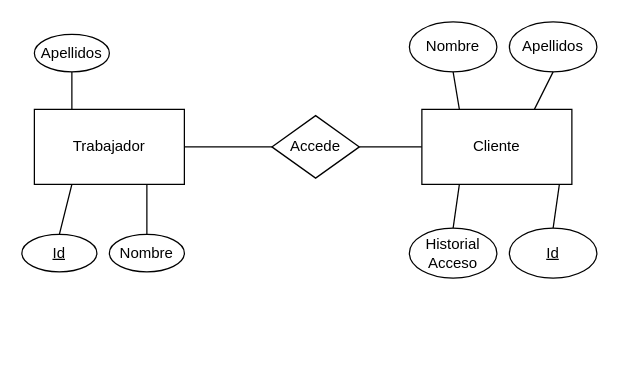
This is Diagrama ER Trabajador.drawio from HuBaMarin/projDespliegue, a draw.io file, before an edit. Source tidied: cells renumbered, new cells numbered last; positions are measured from the earlier drawing's top-left corner, leaving out a move shared by most shapes. Both pictures are drawn from the tidied source at 125%, with x=0, y=0 at pixel (21, 21).
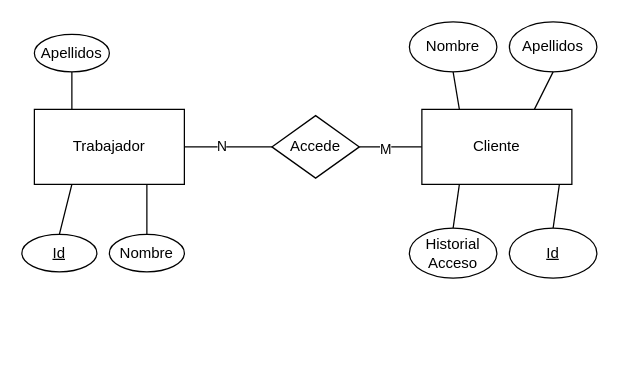
Above is the later version.

The change refers to these unchanged cells:
```xml
<mxCell id="11" style="endArrow=none;html=1;rounded=0;exitX=1;exitY=0.5;exitDx=0;exitDy=0;entryX=0;entryY=0.5;entryDx=0;entryDy=0;" parent="1" edge="1" source="3" target="10">
  <mxGeometry relative="1" as="geometry" />
</mxCell>
<mxCell id="12" style="endArrow=none;html=1;rounded=0;exitX=1;exitY=0.5;exitDx=0;exitDy=0;" parent="1" edge="1" source="10" target="13">
  <mxGeometry relative="1" as="geometry" />
</mxCell>
```

Diff of the diagram source:
```diff
@@
+    <mxCell id="22" value="N" style="edgeLabel;html=1;align=center;verticalAlign=middle;" parent="11" vertex="1">
+      <mxGeometry x="-0.17" y="1" relative="1" as="geometry" />
+    </mxCell>
@@
+    <mxCell id="23" value="M" style="edgeLabel;html=1;align=center;verticalAlign=middle;" parent="12" vertex="1">
+      <mxGeometry x="-0.19" y="-1" relative="1" as="geometry" />
+    </mxCell>
```
